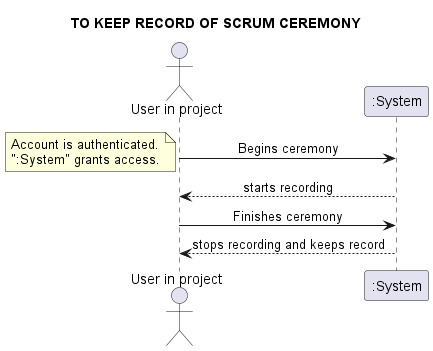
The PlantUML diagram docs/requirements_gathering/system_sequence_diagrams/026_to_keep_record_of_scrum_ceremony.png in Loracline/project_switch_22-23, before a commit.
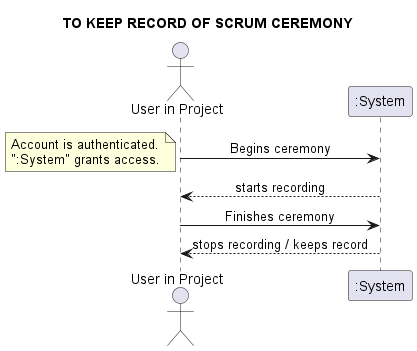
Above is the later version.

The edit, as a diff of the source:
```diff
@@ -1,7 +1,7 @@
 @startuml
 skinparam sequenceMessageAlign center
 title TO KEEP RECORD OF SCRUM CEREMONY
-actor "User in project" as UIP
+actor "User in Project" as UIP
 UIP -> ":System": Begins ceremony
 note left
 Account is authenticated.
@@ -9,5 +9,5 @@
 end note
 UIP <-- ":System": starts recording
 UIP -> ":System": Finishes ceremony
-UIP <-- ":System": stops recording and keeps record
+UIP <-- ":System": stops recording / keeps record
 @enduml
```
